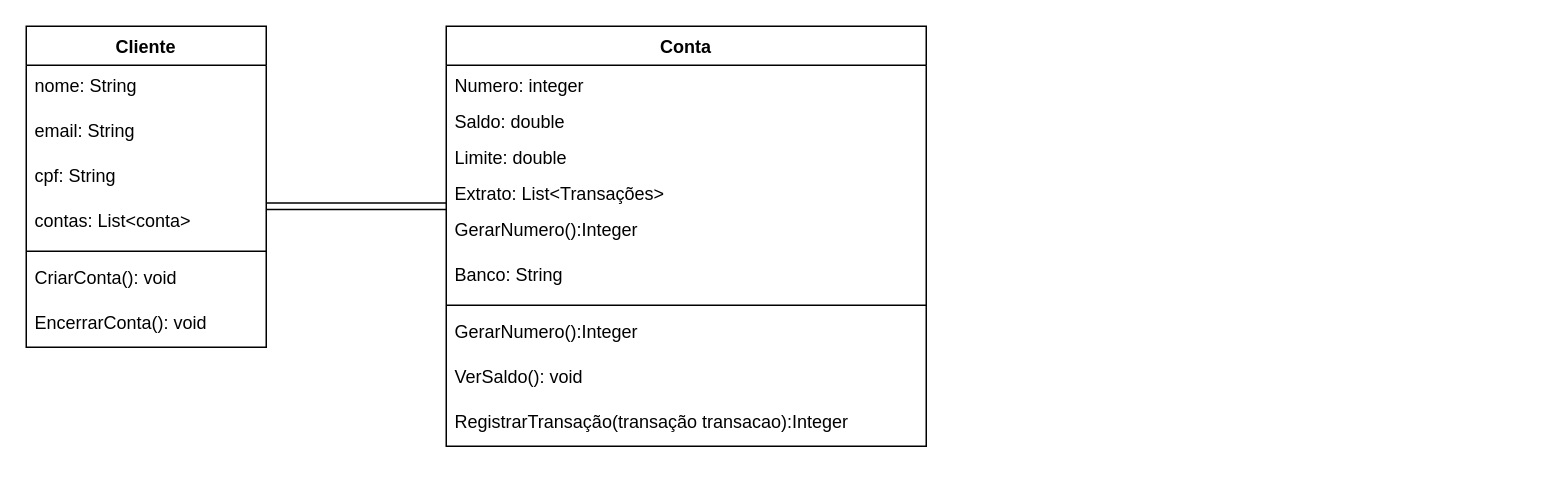
nandorainert/FinTech keeps this draw.io diagram as FinTech.drawio. Above is the earlier version. Source tidied: cells renumbered, new cells numbered last; positions are measured from the earlier drawing's top-left corner, leaving out a move shared by most shapes. Both pictures are drawn from the tidied source at 150%, with x=0, y=0 at pixel (26, 26).
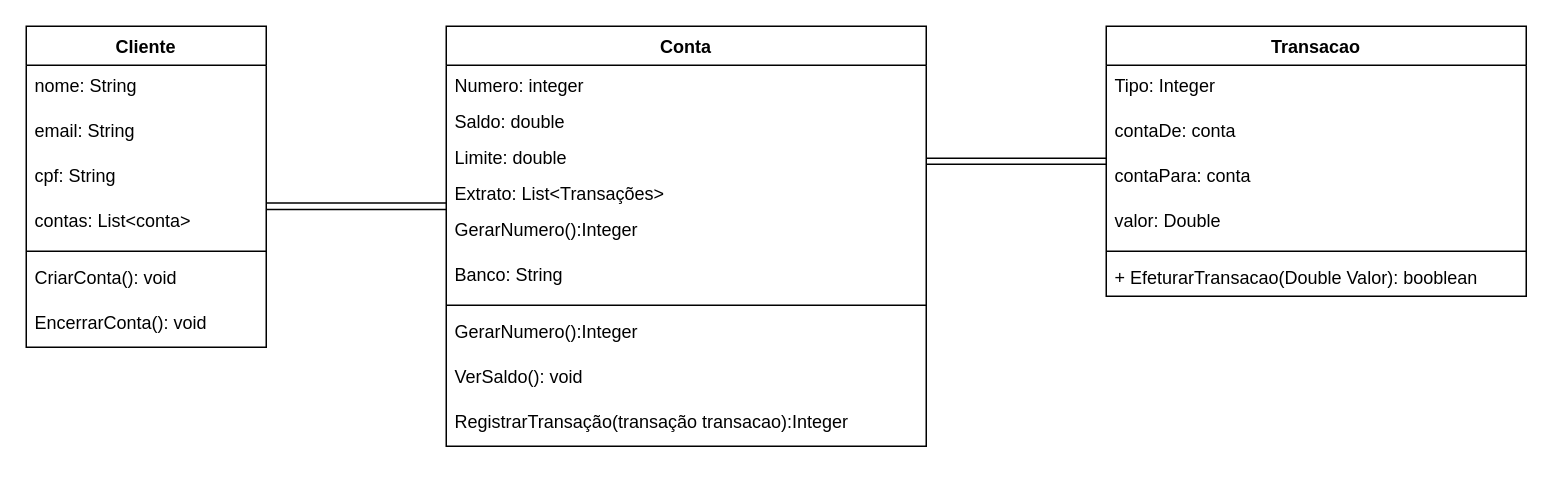
The same diagram, later.

The edit, as a diff of the source:
```diff
@@
+    <mxCell id="23" style="edgeStyle=orthogonalEdgeStyle;rounded=0;jettySize=auto;html=1;shape=link;" parent="1" edge="1" source="24">
+      <mxGeometry relative="1" as="geometry">
+        <mxPoint x="600" y="90" as="targetPoint" />
+      </mxGeometry>
+    </mxCell>
+    <mxCell id="24" value="Transacao" style="swimlane;fontStyle=1;align=center;verticalAlign=top;horizontal=1;startSize=26;whiteSpace=wrap;html=1;" parent="1" vertex="1">
+      <mxGeometry x="720" width="280" height="180" as="geometry" />
+    </mxCell>
+    <mxCell id="25" value="Tipo: Integer" style="text;align=left;verticalAlign=top;spacingLeft=4;spacingRight=4;overflow=hidden;" parent="24" vertex="1">
+      <mxGeometry y="26" width="280" height="30" as="geometry" />
+    </mxCell>
+    <mxCell id="26" value="contaDe: conta" style="text;align=left;verticalAlign=top;spacingLeft=4;spacingRight=4;overflow=hidden;" parent="24" vertex="1">
+      <mxGeometry y="56" width="280" height="30" as="geometry" />
+    </mxCell>
+    <mxCell id="27" value="contaPara: conta" style="text;align=left;verticalAlign=top;spacingLeft=4;spacingRight=4;overflow=hidden;" parent="24" vertex="1">
+      <mxGeometry y="86" width="280" height="30" as="geometry" />
+    </mxCell>
+    <mxCell id="28" value="valor: Double" style="text;align=left;verticalAlign=top;spacingLeft=4;spacingRight=4;overflow=hidden;" parent="24" vertex="1">
+      <mxGeometry y="116" width="280" height="30" as="geometry" />
+    </mxCell>
+    <mxCell id="29" style="line;strokeWidth=1;fillColor=none;align=left;verticalAlign=middle;spacingTop=-1;spacingLeft=3;spacingRight=3;labelPosition=right;strokeColor=inherit;" parent="24" vertex="1">
+      <mxGeometry y="146" width="280" height="8" as="geometry" />
+    </mxCell>
+    <mxCell id="30" value="+ EfeturarTransacao(Double Valor): booblean" style="text;strokeColor=none;fillColor=none;align=left;verticalAlign=top;spacingLeft=4;spacingRight=4;overflow=hidden;whiteSpace=wrap;html=1;" parent="24" vertex="1">
+      <mxGeometry y="154" width="280" height="26" as="geometry" />
+    </mxCell>
```
